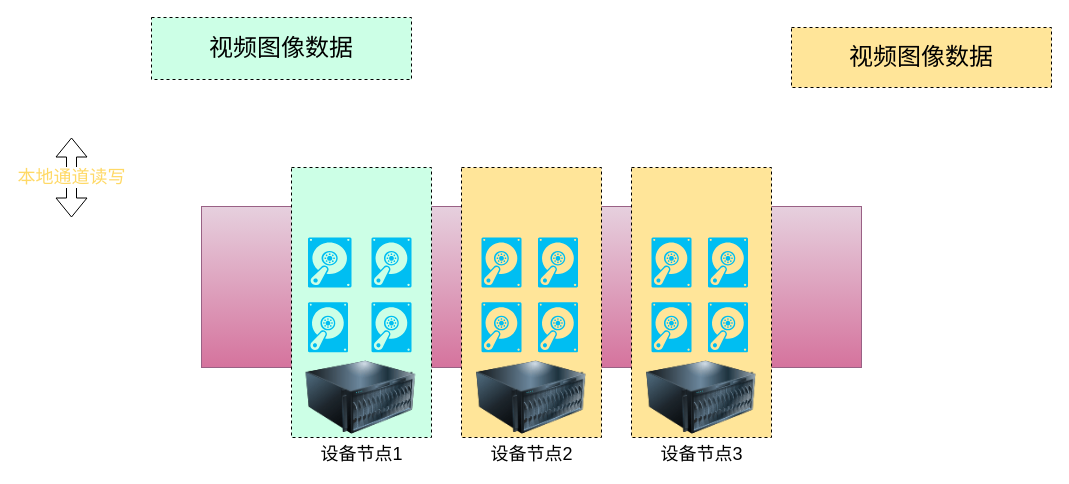
snowolfhawk/ceph-scripts keeps this draw.io diagram as Storage_strategy_3.drawio. Above is the earlier version. Source tidied: cells renumbered, new cells numbered last; positions are measured from the earlier drawing's top-left corner, leaving out a move shared by most shapes. Both pictures are drawn from the tidied source at 100%, with x=0, y=0 at pixel (71, 17).
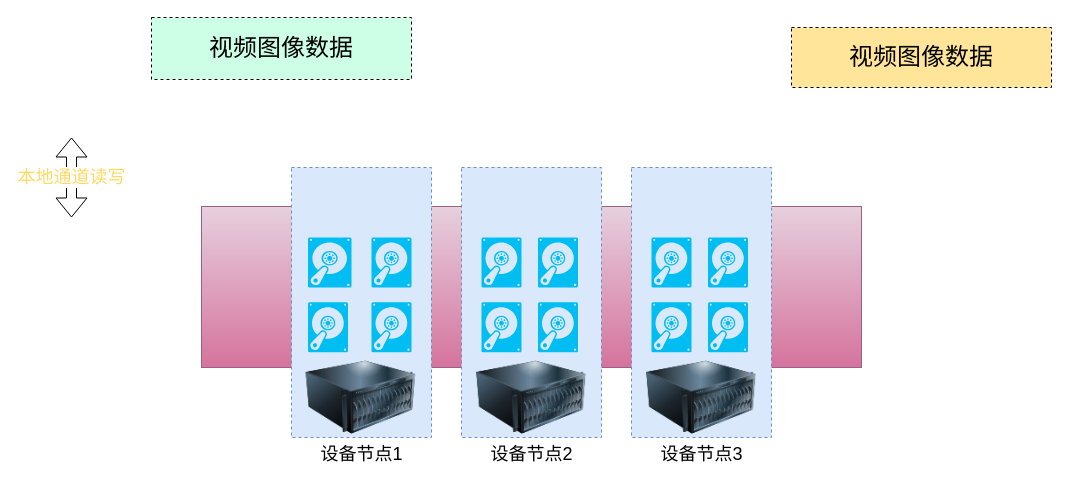
The same page after the edit.

Change to the diagram source:
```diff
@@
-    <mxCell id="3" style="rounded=0;whiteSpace=wrap;html=1;dashed=1;fillColor=#FFE599;" parent="1" vertex="1">
+    <mxCell id="3" style="rounded=0;whiteSpace=wrap;html=1;dashed=1;fillColor=#dae8fc;strokeColor=#6c8ebf;" parent="1" vertex="1">
       <mxGeometry x="390" y="150" width="140" height="270" as="geometry" />
     </mxCell>
-    <mxCell id="4" style="rounded=0;whiteSpace=wrap;html=1;dashed=1;fillColor=#CCFFE6;" parent="1" vertex="1">
+    <mxCell id="4" style="rounded=0;whiteSpace=wrap;html=1;dashed=1;fillColor=#dae8fc;strokeColor=#6c8ebf;" parent="1" vertex="1">
       <mxGeometry x="220" y="150" width="140" height="270" as="geometry" />
     </mxCell>
@@
-    <mxCell id="18" style="rounded=0;whiteSpace=wrap;html=1;dashed=1;fillColor=#FFE599;" parent="1" vertex="1">
+    <mxCell id="18" style="rounded=0;whiteSpace=wrap;html=1;dashed=1;fillColor=#dae8fc;strokeColor=#6c8ebf;" parent="1" vertex="1">
       <mxGeometry x="560" y="150" width="140" height="270" as="geometry" />
     </mxCell>
```
